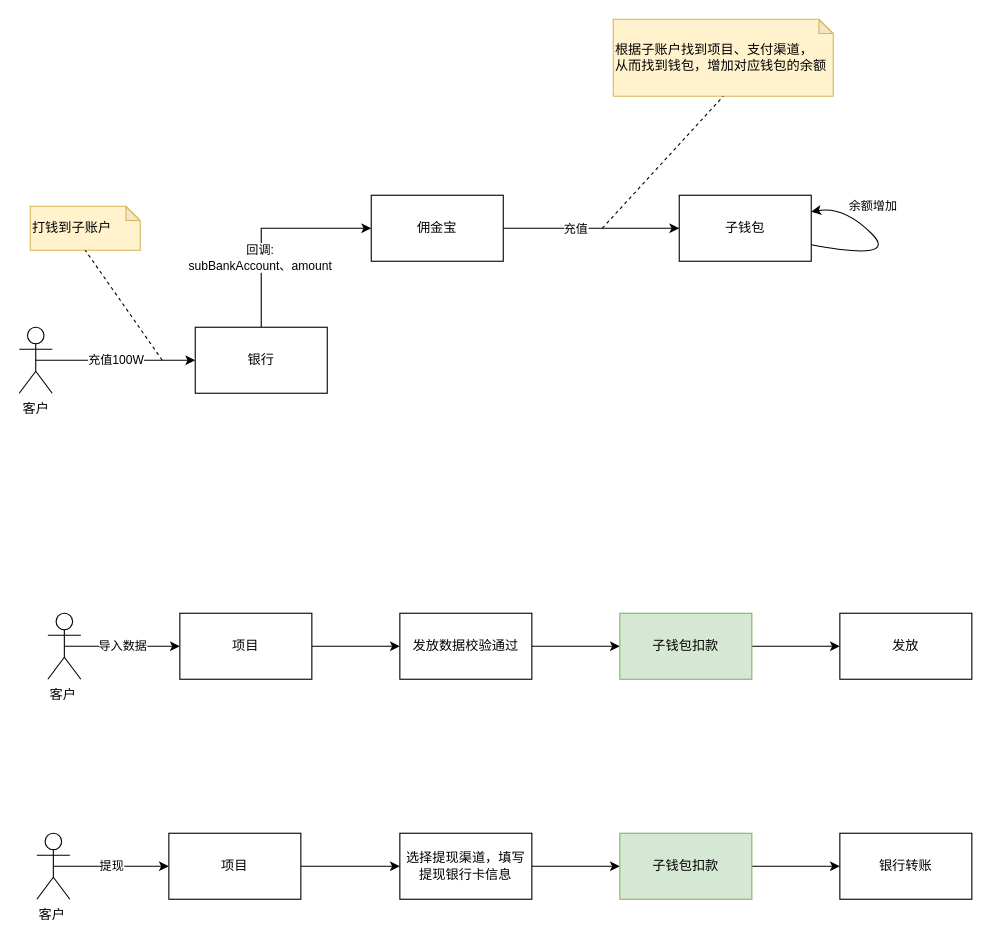
Before: 分包项目钱包设计.drawio in kuangziyang/shop-design, a draw.io diagram. Source tidied: cells renumbered, new cells numbered last; positions are measured from the earlier drawing's top-left corner, leaving out a move shared by most shapes. Both pictures are drawn from the tidied source at 110%, with x=0, y=0 at pixel (19, 19).
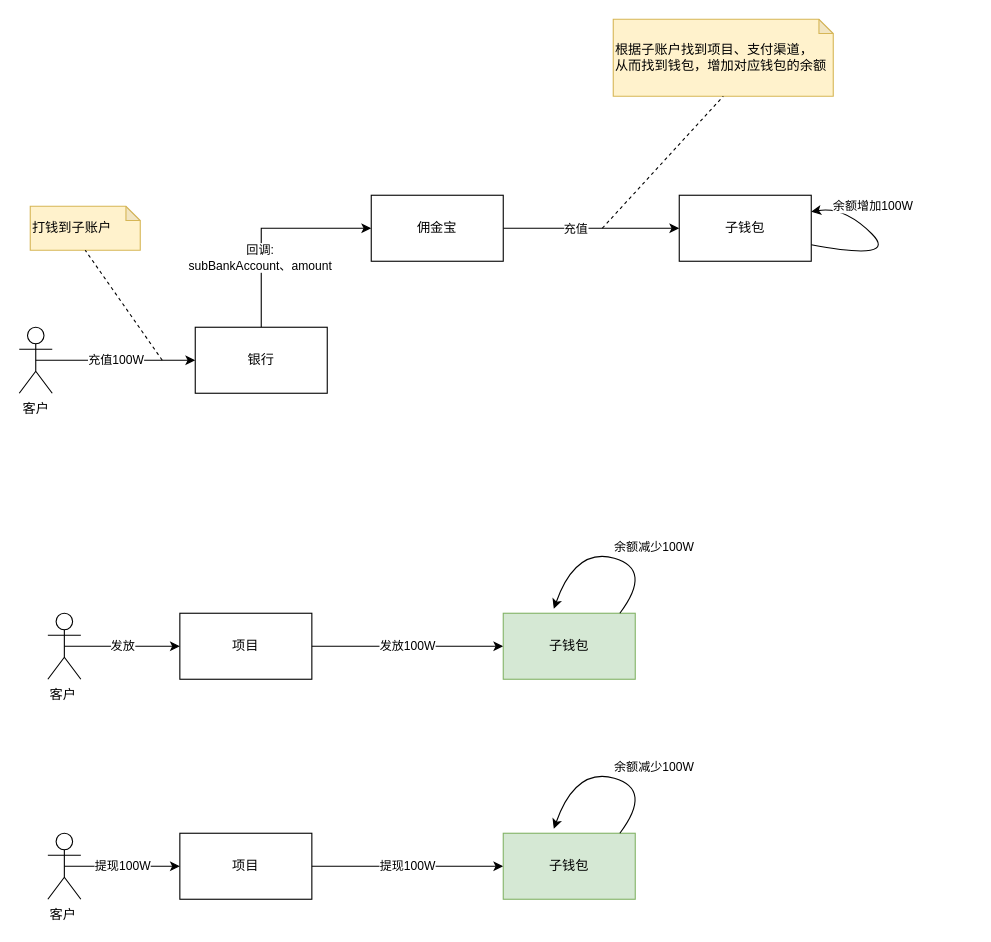
After the change.

Commit message (it also covers changes not shown here):
Update 分包项目钱包设计.drawio

Unchanged cells that the change refers to:
```xml
<mxCell id="2" value="子钱包" style="rounded=0;whiteSpace=wrap;html=1;" parent="1" vertex="1">
  <mxGeometry x="600" y="160" width="120" height="60" as="geometry" />
</mxCell>
<mxCell id="17" value="项目" style="rounded=0;whiteSpace=wrap;html=1;" parent="1" vertex="1">
  <mxGeometry x="146" y="540" width="120" height="60" as="geometry" />
</mxCell>
<mxCell id="23" value="客户" style="shape=umlActor;verticalLabelPosition=bottom;verticalAlign=top;html=1;outlineConnect=0;labelBackgroundColor=#ffffff;fontColor=none;align=left;" parent="1" vertex="1">
  <mxGeometry x="26" y="540" width="30" height="60" as="geometry" />
</mxCell>
```

Change to the diagram source:
```diff
@@
-    <mxCell id="15" value="余额增加" style="curved=1;endArrow=classic;html=1;fontColor=none;exitX=1;exitY=0.75;exitDx=0;exitDy=0;entryX=1;entryY=0.25;entryDx=0;entryDy=0;" parent="1" edge="1" source="2" target="2">
+    <mxCell id="15" value="余额增加100W" style="curved=1;endArrow=classic;html=1;fontColor=none;exitX=1;exitY=0.75;exitDx=0;exitDy=0;entryX=1;entryY=0.25;entryDx=0;entryDy=0;" parent="1" edge="1" source="2" target="2">
       <mxGeometry x="0.47" y="-18" relative="1" as="geometry">
         <Array as="points">
           <mxPoint x="800" y="220" />
           <mxPoint x="750" y="170" />
         </Array>
       </mxGeometry>
     </mxCell>
-    <mxCell id="16" style="edgeStyle=orthogonalEdgeStyle;rounded=0;jettySize=auto;html=1;fontColor=none;" parent="1" edge="1" source="17" target="19">
-      <mxGeometry relative="1" as="geometry" />
-    </mxCell>
@@
-    <mxCell id="18" style="edgeStyle=orthogonalEdgeStyle;rounded=0;jettySize=auto;html=1;fontColor=none;" parent="1" edge="1" source="19" target="21">
+    <mxCell id="18" value="发放100W" style="edgeStyle=orthogonalEdgeStyle;rounded=0;jettySize=auto;html=1;fontColor=none;exitX=1;exitY=0.5;exitDx=0;exitDy=0;" parent="1" edge="1" source="17" target="21">
       <mxGeometry relative="1" as="geometry" />
     </mxCell>
-    <mxCell id="19" value="发放数据校验通过" style="whiteSpace=wrap;html=1;rounded=0;" parent="1" vertex="1">
-      <mxGeometry x="346" y="540" width="120" height="60" as="geometry" />
-    </mxCell>
-    <mxCell id="20" style="edgeStyle=orthogonalEdgeStyle;rounded=0;jettySize=auto;html=1;fontColor=none;" parent="1" edge="1" source="21" target="30">
-      <mxGeometry relative="1" as="geometry" />
-    </mxCell>
-    <mxCell id="21" value="子钱包扣款" style="whiteSpace=wrap;html=1;rounded=0;fillColor=#d5e8d4;strokeColor=#82b366;" parent="1" vertex="1">
-      <mxGeometry x="546" y="540" width="120" height="60" as="geometry" />
+    <mxCell id="21" value="子钱包" style="whiteSpace=wrap;html=1;rounded=0;fillColor=#d5e8d4;strokeColor=#82b366;" parent="1" vertex="1">
+      <mxGeometry x="440" y="540" width="120" height="60" as="geometry" />
     </mxCell>
-    <mxCell id="22" value="导入数据" style="edgeStyle=orthogonalEdgeStyle;rounded=0;jettySize=auto;html=1;exitX=0.5;exitY=0.5;exitDx=0;exitDy=0;exitPerimeter=0;entryX=0;entryY=0.5;entryDx=0;entryDy=0;fontColor=none;" parent="1" edge="1" source="23" target="17">
+    <mxCell id="22" value="发放" style="edgeStyle=orthogonalEdgeStyle;rounded=0;jettySize=auto;html=1;exitX=0.5;exitY=0.5;exitDx=0;exitDy=0;exitPerimeter=0;entryX=0;entryY=0.5;entryDx=0;entryDy=0;fontColor=none;" parent="1" edge="1" source="23" target="17">
       <mxGeometry relative="1" as="geometry" />
     </mxCell>
@@
+    <mxCell id="34" style="curved=1;endArrow=classic;html=1;fontColor=none;entryX=0.383;entryY=-0.067;entryDx=0;entryDy=0;entryPerimeter=0;" parent="1" edge="1" target="21">
+      <mxGeometry relative="1" as="geometry">
+        <mxPoint x="546" y="540" as="sourcePoint" />
+        <Array as="points">
+          <mxPoint x="576" y="500" />
+          <mxPoint x="506" y="480" />
+        </Array>
+      </mxGeometry>
+    </mxCell>
+    <mxCell id="35" value="余额减少100W" style="edgeLabel;html=1;align=center;verticalAlign=middle;fontColor=none;" parent="34" vertex="1">
+      <mxGeometry x="0.09" y="2" relative="1" as="geometry">
+        <mxPoint x="47.7" y="-8.5" as="offset" />
+      </mxGeometry>
+    </mxCell>
     <mxCell id="24" value="项目" style="rounded=0;whiteSpace=wrap;html=1;" parent="1" vertex="1">
-      <mxGeometry x="136" y="740" width="120" height="60" as="geometry" />
+      <mxGeometry x="146" y="740" width="120" height="60" as="geometry" />
     </mxCell>
-    <mxCell id="25" style="edgeStyle=orthogonalEdgeStyle;rounded=0;jettySize=auto;html=1;fontColor=none;exitX=1;exitY=0.5;exitDx=0;exitDy=0;" parent="1" edge="1" source="24" target="27">
-      <mxGeometry relative="1" as="geometry" />
-    </mxCell>
-    <mxCell id="26" style="edgeStyle=orthogonalEdgeStyle;rounded=0;jettySize=auto;html=1;fontColor=none;" parent="1" edge="1" source="27" target="32">
-      <mxGeometry relative="1" as="geometry" />
-    </mxCell>
-    <mxCell id="27" value="选择提现渠道，填写提现银行卡信息" style="whiteSpace=wrap;html=1;rounded=0;" parent="1" vertex="1">
-      <mxGeometry x="346" y="740" width="120" height="60" as="geometry" />
-    </mxCell>
+    <mxCell id="36" value="提现100W" style="edgeStyle=orthogonalEdgeStyle;rounded=0;jettySize=auto;html=1;fontColor=none;exitX=1;exitY=0.5;exitDx=0;exitDy=0;" parent="1" edge="1" source="24" target="37">
+      <mxGeometry relative="1" as="geometry" />
+    </mxCell>
+    <mxCell id="37" value="子钱包" style="whiteSpace=wrap;html=1;rounded=0;fillColor=#d5e8d4;strokeColor=#82b366;" parent="1" vertex="1">
+      <mxGeometry x="440" y="740" width="120" height="60" as="geometry" />
+    </mxCell>
-    <mxCell id="28" value="提现" style="edgeStyle=orthogonalEdgeStyle;rounded=0;jettySize=auto;html=1;exitX=0.5;exitY=0.5;exitDx=0;exitDy=0;exitPerimeter=0;entryX=0;entryY=0.5;entryDx=0;entryDy=0;fontColor=none;" parent="1" edge="1" source="29" target="24">
+    <mxCell id="28" value="提现100W" style="edgeStyle=orthogonalEdgeStyle;rounded=0;jettySize=auto;html=1;exitX=0.5;exitY=0.5;exitDx=0;exitDy=0;exitPerimeter=0;entryX=0;entryY=0.5;entryDx=0;entryDy=0;fontColor=none;" parent="1" edge="1" source="29" target="24">
       <mxGeometry relative="1" as="geometry" />
     </mxCell>
     <mxCell id="29" value="客户" style="shape=umlActor;verticalLabelPosition=bottom;verticalAlign=top;html=1;outlineConnect=0;labelBackgroundColor=#ffffff;fontColor=none;align=left;" parent="1" vertex="1">
-      <mxGeometry x="16" y="740" width="30" height="60" as="geometry" />
+      <mxGeometry x="26" y="740" width="30" height="60" as="geometry" />
     </mxCell>
-    <mxCell id="30" value="发放" style="whiteSpace=wrap;html=1;rounded=0;" parent="1" vertex="1">
-      <mxGeometry x="746" y="540" width="120" height="60" as="geometry" />
-    </mxCell>
-    <mxCell id="31" style="edgeStyle=orthogonalEdgeStyle;rounded=0;jettySize=auto;html=1;fontColor=none;" parent="1" edge="1" source="32" target="33">
-      <mxGeometry relative="1" as="geometry" />
-    </mxCell>
-    <mxCell id="32" value="子钱包扣款" style="whiteSpace=wrap;html=1;rounded=0;fillColor=#d5e8d4;strokeColor=#82b366;" parent="1" vertex="1">
-      <mxGeometry x="546" y="740" width="120" height="60" as="geometry" />
-    </mxCell>
-    <mxCell id="33" value="银行转账" style="whiteSpace=wrap;html=1;rounded=0;" parent="1" vertex="1">
-      <mxGeometry x="746" y="740" width="120" height="60" as="geometry" />
-    </mxCell>
+    <mxCell id="38" style="curved=1;endArrow=classic;html=1;fontColor=none;entryX=0.383;entryY=-0.067;entryDx=0;entryDy=0;entryPerimeter=0;" parent="1" edge="1" target="37">
+      <mxGeometry relative="1" as="geometry">
+        <mxPoint x="546" y="740" as="sourcePoint" />
+        <Array as="points">
+          <mxPoint x="576" y="700" />
+          <mxPoint x="506" y="680" />
+        </Array>
+      </mxGeometry>
+    </mxCell>
+    <mxCell id="39" value="余额减少100W" style="edgeLabel;html=1;align=center;verticalAlign=middle;fontColor=none;" parent="38" vertex="1">
+      <mxGeometry x="0.09" y="2" relative="1" as="geometry">
+        <mxPoint x="47.7" y="-8.5" as="offset" />
+      </mxGeometry>
+    </mxCell>
```
